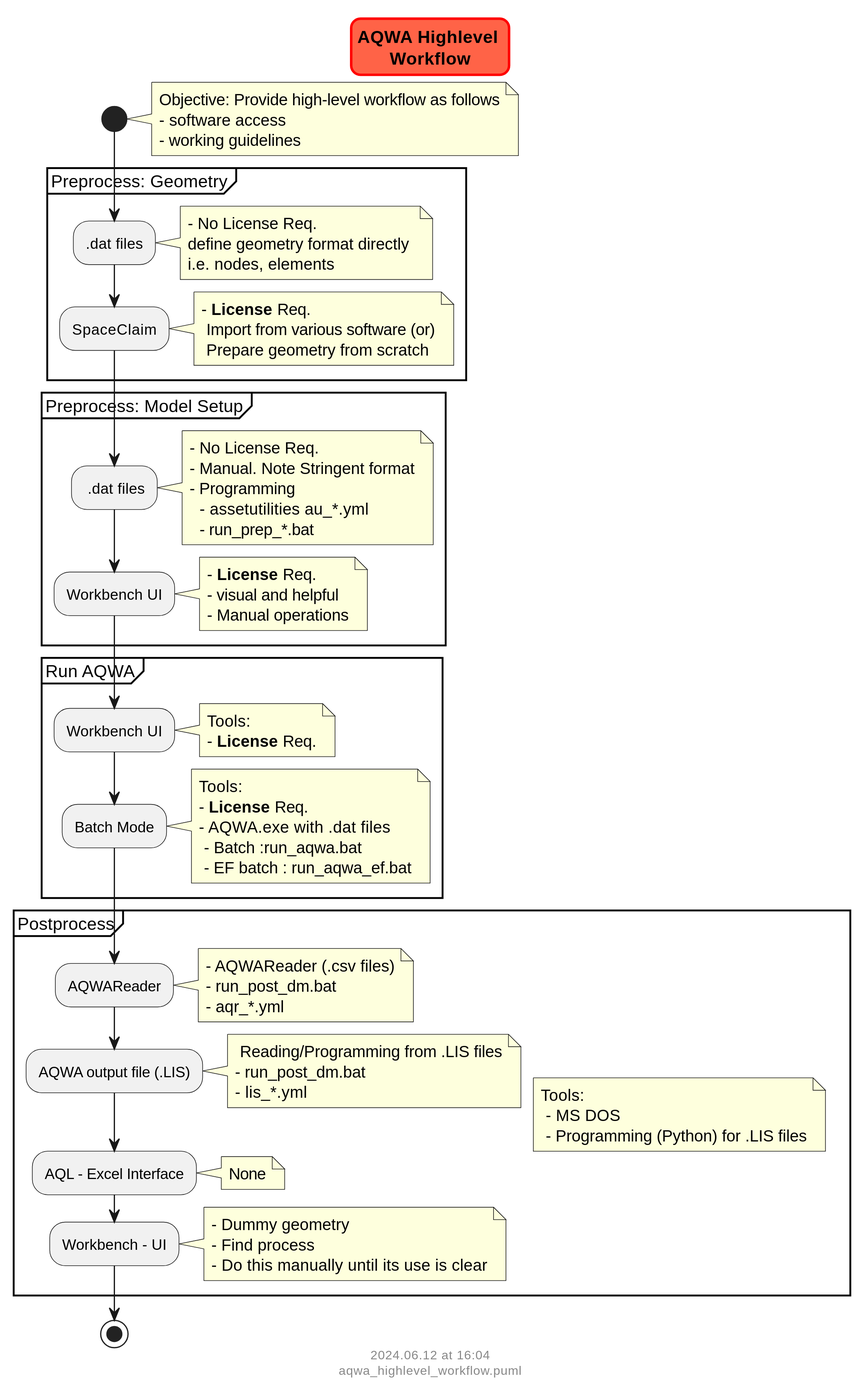
This is docs/pkg_ansys/aqwa/flowcharts/aqwa_highlevel_workflow.svg from vamseeachanta/digitalmodel, a PlantUML export, as it was before one commit.
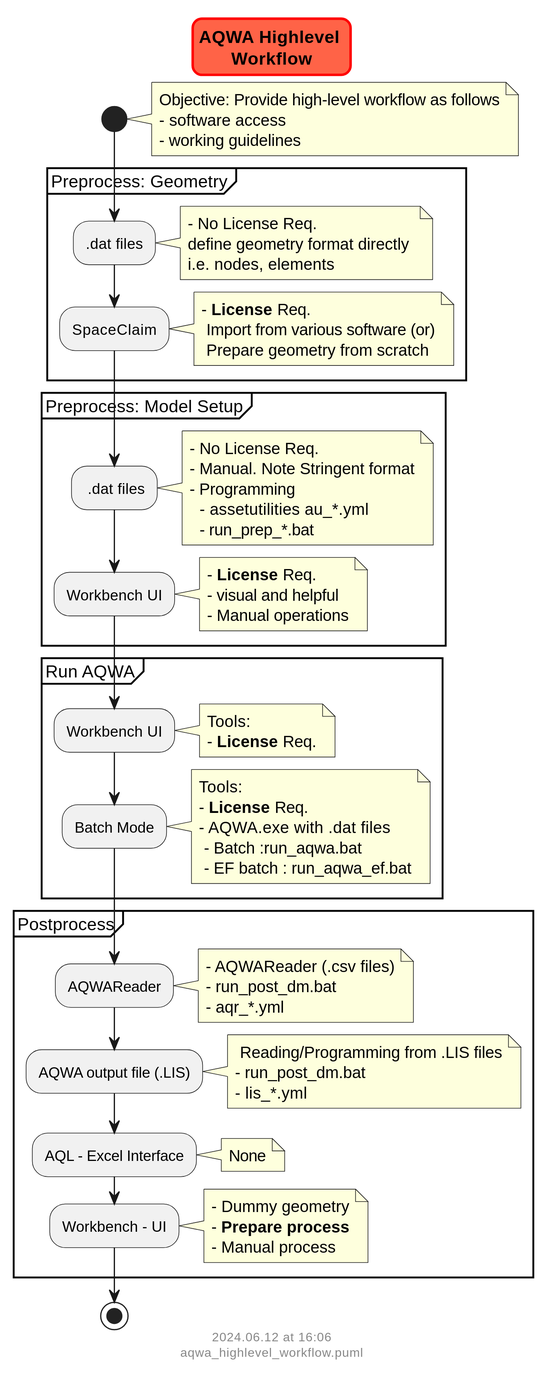
The same diagram one commit later.

What changed in the source:
```diff
@@ -69,15 +69,9 @@
              - EF batch : run_aqwa_ef.bat
         end note
 
-
     }
 
     partition "Postprocess" {
-            note right
-                Tools:
-                 - MS DOS
-                 - Programming (Python) for .LIS files
-            end note
 
         :AQWAReader;
             note right
@@ -101,8 +95,8 @@
         :Workbench - UI;
             note right
             - Dummy geometry
-            - Find process
-            - Do this manually until its use is clear
+            - **Prepare process**
+            - Manual process
             end note
 
     }
```
